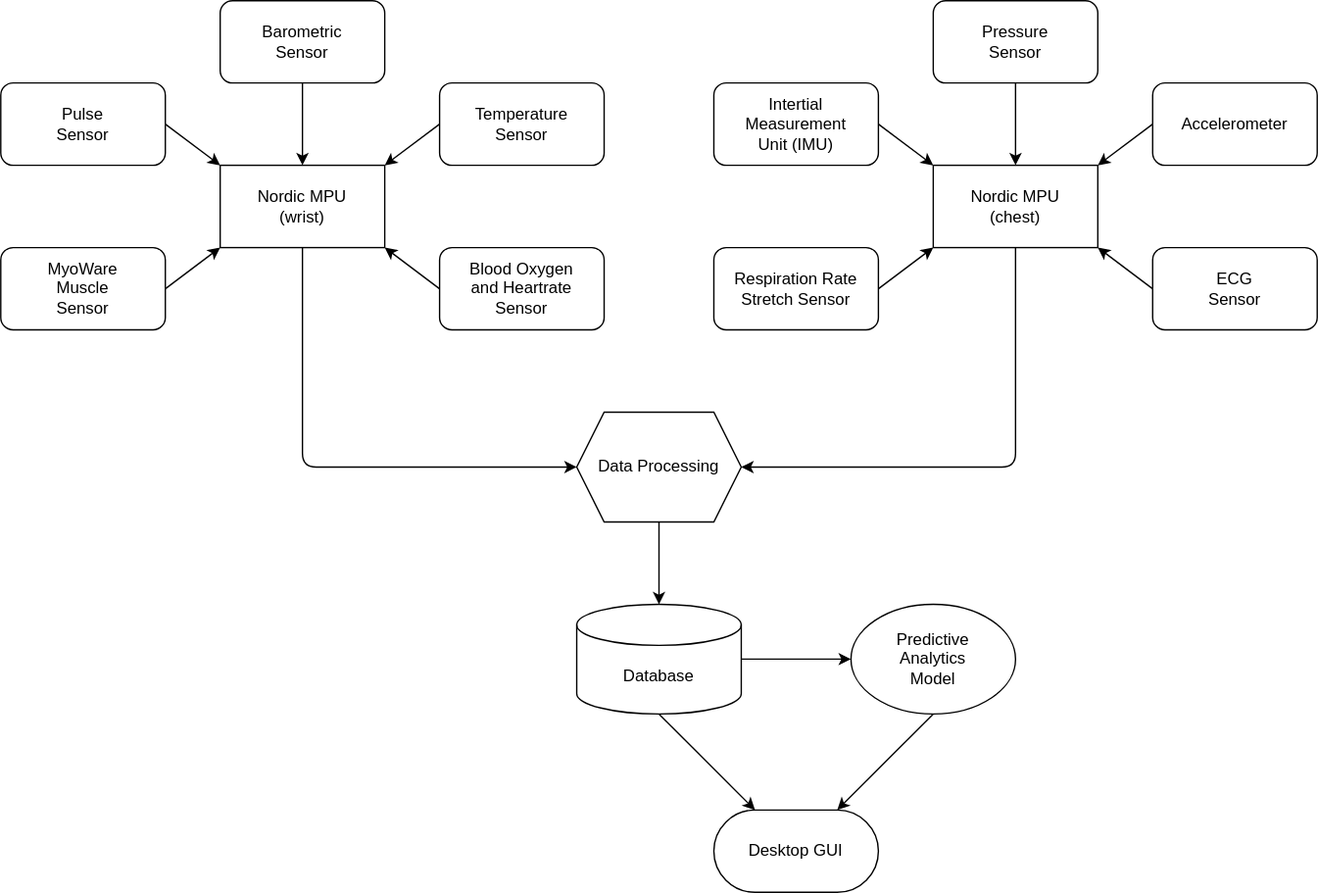
Above: block_diagrams/block_diagram.drawio.svg in LunarVitals-Dev/LunarVitals-Sensors (draw.io), before the change. Source tidied: cells renumbered, new cells last; positions are measured from the earlier drawing's top-left corner, leaving out a move shared by most shapes.
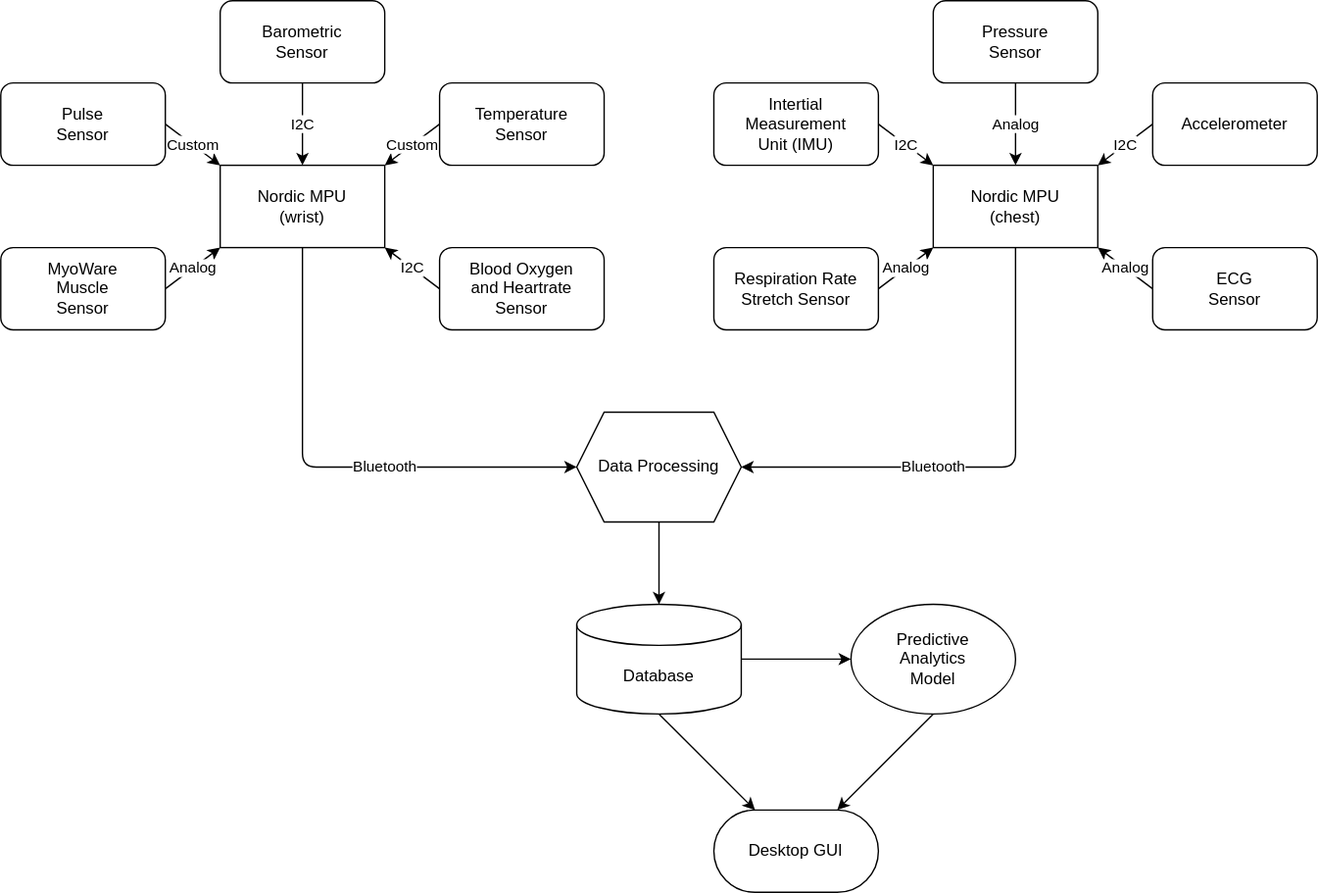
After the commit.

Commit message:
Added communication protocol lables

What changed in the source:
```diff
@@ -2,8 +2,8 @@
   <root>
     <mxCell id="0" />
     <mxCell id="1" parent="0" />
-    <mxCell id="2" style="edgeStyle=none;html=1;exitX=0.5;exitY=1;exitDx=0;exitDy=0;endArrow=classic;endFill=1;entryX=0;entryY=0.5;entryDx=0;entryDy=0;" parent="1" edge="1" source="3" target="28">
-      <mxGeometry relative="1" as="geometry">
+    <mxCell id="2" value="Bluetooth" style="edgeStyle=none;html=1;exitX=0.5;exitY=1;exitDx=0;exitDy=0;endArrow=classic;endFill=1;entryX=0;entryY=0.5;entryDx=0;entryDy=0;" parent="1" edge="1" source="3" target="28">
+      <mxGeometry x="0.22" relative="1" as="geometry">
         <Array as="points">
           <mxPoint x="220" y="340" />
         </Array>
@@ -12,20 +12,20 @@
     <mxCell id="3" value="Nordic MPU&lt;br&gt;(wrist)" style="rounded=0;whiteSpace=wrap;html=1;" parent="1" vertex="1">
       <mxGeometry x="160" y="120" width="120" height="60" as="geometry" />
     </mxCell>
-    <mxCell id="4" style="edgeStyle=none;html=1;exitX=0.5;exitY=1;exitDx=0;exitDy=0;entryX=0.5;entryY=0;entryDx=0;entryDy=0;endArrow=classic;endFill=1;" parent="1" edge="1" source="10" target="3">
+    <mxCell id="4" value="I2C" style="edgeStyle=none;html=1;exitX=0.5;exitY=1;exitDx=0;exitDy=0;entryX=0.5;entryY=0;entryDx=0;entryDy=0;endArrow=classic;endFill=1;" parent="1" edge="1" source="10" target="3">
       <mxGeometry relative="1" as="geometry" />
     </mxCell>
-    <mxCell id="5" style="edgeStyle=none;html=1;exitX=1;exitY=0.5;exitDx=0;exitDy=0;entryX=0;entryY=0;entryDx=0;entryDy=0;endArrow=classic;endFill=1;" parent="1" edge="1" source="11" target="3">
+    <mxCell id="5" value="Custom" style="edgeStyle=none;html=1;exitX=1;exitY=0.5;exitDx=0;exitDy=0;entryX=0;entryY=0;entryDx=0;entryDy=0;endArrow=classic;endFill=1;" parent="1" edge="1" source="11" target="3">
       <mxGeometry relative="1" as="geometry" />
     </mxCell>
-    <mxCell id="6" style="edgeStyle=none;html=1;exitX=1;exitY=0.5;exitDx=0;exitDy=0;entryX=0;entryY=1;entryDx=0;entryDy=0;endArrow=classic;endFill=1;" parent="1" edge="1" source="12" target="3">
+    <mxCell id="6" value="Analog" style="edgeStyle=none;html=1;exitX=1;exitY=0.5;exitDx=0;exitDy=0;entryX=0;entryY=1;entryDx=0;entryDy=0;endArrow=classic;endFill=1;" parent="1" edge="1" source="12" target="3">
       <mxGeometry relative="1" as="geometry" />
     </mxCell>
-    <mxCell id="7" style="edgeStyle=none;html=1;exitX=0;exitY=0.5;exitDx=0;exitDy=0;entryX=1;entryY=0;entryDx=0;entryDy=0;endArrow=classic;endFill=1;" parent="1" edge="1" source="13" target="3">
+    <mxCell id="7" value="Custom" style="edgeStyle=none;html=1;exitX=0;exitY=0.5;exitDx=0;exitDy=0;entryX=1;entryY=0;entryDx=0;entryDy=0;endArrow=classic;endFill=1;" parent="1" edge="1" source="13" target="3">
       <mxGeometry relative="1" as="geometry" />
     </mxCell>
-    <mxCell id="8" style="edgeStyle=none;html=1;exitX=0.5;exitY=1;exitDx=0;exitDy=0;endArrow=classic;endFill=1;entryX=1;entryY=0.5;entryDx=0;entryDy=0;" parent="1" edge="1" source="9" target="28">
-      <mxGeometry relative="1" as="geometry">
+    <mxCell id="8" value="Bluetooth" style="edgeStyle=none;html=1;exitX=0.5;exitY=1;exitDx=0;exitDy=0;endArrow=classic;endFill=1;entryX=1;entryY=0.5;entryDx=0;entryDy=0;" parent="1" edge="1" source="9" target="28">
+      <mxGeometry x="0.22" relative="1" as="geometry">
         <Array as="points">
           <mxPoint x="740" y="340" />
         </Array>
@@ -46,31 +46,31 @@
     <mxCell id="13" value="Temperature&lt;br&gt;Sensor" style="rounded=1;whiteSpace=wrap;html=1;" parent="1" vertex="1">
       <mxGeometry x="320" y="60" width="120" height="60" as="geometry" />
     </mxCell>
-    <mxCell id="14" style="edgeStyle=none;html=1;exitX=1;exitY=0.5;exitDx=0;exitDy=0;entryX=0;entryY=0;entryDx=0;entryDy=0;endArrow=classic;endFill=1;" parent="1" edge="1" source="15" target="9">
+    <mxCell id="14" value="I2C" style="edgeStyle=none;html=1;exitX=1;exitY=0.5;exitDx=0;exitDy=0;entryX=0;entryY=0;entryDx=0;entryDy=0;endArrow=classic;endFill=1;" parent="1" edge="1" source="15" target="9">
       <mxGeometry relative="1" as="geometry" />
     </mxCell>
     <mxCell id="15" value="Intertial &lt;br&gt;Measurement&lt;br&gt;Unit (IMU)" style="rounded=1;whiteSpace=wrap;html=1;" parent="1" vertex="1">
       <mxGeometry x="520" y="60" width="120" height="60" as="geometry" />
     </mxCell>
-    <mxCell id="16" style="edgeStyle=none;html=1;exitX=0.5;exitY=1;exitDx=0;exitDy=0;entryX=0.5;entryY=0;entryDx=0;entryDy=0;endArrow=classic;endFill=1;" parent="1" edge="1" source="17" target="9">
+    <mxCell id="16" value="Analog" style="edgeStyle=none;html=1;exitX=0.5;exitY=1;exitDx=0;exitDy=0;entryX=0.5;entryY=0;entryDx=0;entryDy=0;endArrow=classic;endFill=1;" parent="1" edge="1" source="17" target="9">
       <mxGeometry relative="1" as="geometry" />
     </mxCell>
     <mxCell id="17" value="Pressure&lt;br&gt;Sensor" style="rounded=1;whiteSpace=wrap;html=1;" parent="1" vertex="1">
       <mxGeometry x="680" width="120" height="60" as="geometry" />
     </mxCell>
-    <mxCell id="18" style="edgeStyle=none;html=1;exitX=0;exitY=0.5;exitDx=0;exitDy=0;entryX=1;entryY=0;entryDx=0;entryDy=0;endArrow=classic;endFill=1;" parent="1" edge="1" source="19" target="9">
+    <mxCell id="18" value="I2C" style="edgeStyle=none;html=1;exitX=0;exitY=0.5;exitDx=0;exitDy=0;entryX=1;entryY=0;entryDx=0;entryDy=0;endArrow=classic;endFill=1;" parent="1" edge="1" source="19" target="9">
       <mxGeometry relative="1" as="geometry" />
     </mxCell>
     <mxCell id="19" value="Accelerometer" style="rounded=1;whiteSpace=wrap;html=1;" parent="1" vertex="1">
       <mxGeometry x="840" y="60" width="120" height="60" as="geometry" />
     </mxCell>
-    <mxCell id="20" style="edgeStyle=none;html=1;exitX=1;exitY=0.5;exitDx=0;exitDy=0;entryX=0;entryY=1;entryDx=0;entryDy=0;endArrow=classic;endFill=1;" parent="1" edge="1" source="21" target="9">
+    <mxCell id="20" value="Analog" style="edgeStyle=none;html=1;exitX=1;exitY=0.5;exitDx=0;exitDy=0;entryX=0;entryY=1;entryDx=0;entryDy=0;endArrow=classic;endFill=1;" parent="1" edge="1" source="21" target="9">
       <mxGeometry relative="1" as="geometry" />
     </mxCell>
     <mxCell id="21" value="Respiration Rate&lt;br&gt;Stretch Sensor" style="rounded=1;whiteSpace=wrap;html=1;" parent="1" vertex="1">
       <mxGeometry x="520" y="180" width="120" height="60" as="geometry" />
     </mxCell>
-    <mxCell id="22" style="edgeStyle=none;html=1;exitX=0;exitY=0.5;exitDx=0;exitDy=0;entryX=1;entryY=1;entryDx=0;entryDy=0;endArrow=classic;endFill=1;" parent="1" edge="1" source="23" target="9">
+    <mxCell id="22" value="Analog" style="edgeStyle=none;html=1;exitX=0;exitY=0.5;exitDx=0;exitDy=0;entryX=1;entryY=1;entryDx=0;entryDy=0;endArrow=classic;endFill=1;" parent="1" edge="1" source="23" target="9">
       <mxGeometry relative="1" as="geometry" />
     </mxCell>
     <mxCell id="23" value="ECG&amp;nbsp;&lt;br&gt;Sensor" style="rounded=1;whiteSpace=wrap;html=1;" parent="1" vertex="1">
@@ -100,7 +100,7 @@
     <mxCell id="31" value="Desktop&amp;nbsp;GUI" style="rounded=1;whiteSpace=wrap;html=1;arcSize=50;" parent="1" vertex="1">
       <mxGeometry x="520" y="590" width="120" height="60" as="geometry" />
     </mxCell>
-    <mxCell id="32" style="edgeStyle=none;html=1;exitX=0;exitY=0.5;exitDx=0;exitDy=0;entryX=1;entryY=1;entryDx=0;entryDy=0;endArrow=classic;endFill=1;" parent="1" edge="1" source="33" target="3">
+    <mxCell id="32" value="I2C" style="edgeStyle=none;html=1;exitX=0;exitY=0.5;exitDx=0;exitDy=0;entryX=1;entryY=1;entryDx=0;entryDy=0;endArrow=classic;endFill=1;" parent="1" edge="1" source="33" target="3">
       <mxGeometry relative="1" as="geometry" />
     </mxCell>
     <mxCell id="33" value="Blood Oxygen&amp;nbsp;&lt;br&gt;and Heartrate&lt;br&gt;Sensor" style="rounded=1;whiteSpace=wrap;html=1;" parent="1" vertex="1">
```
